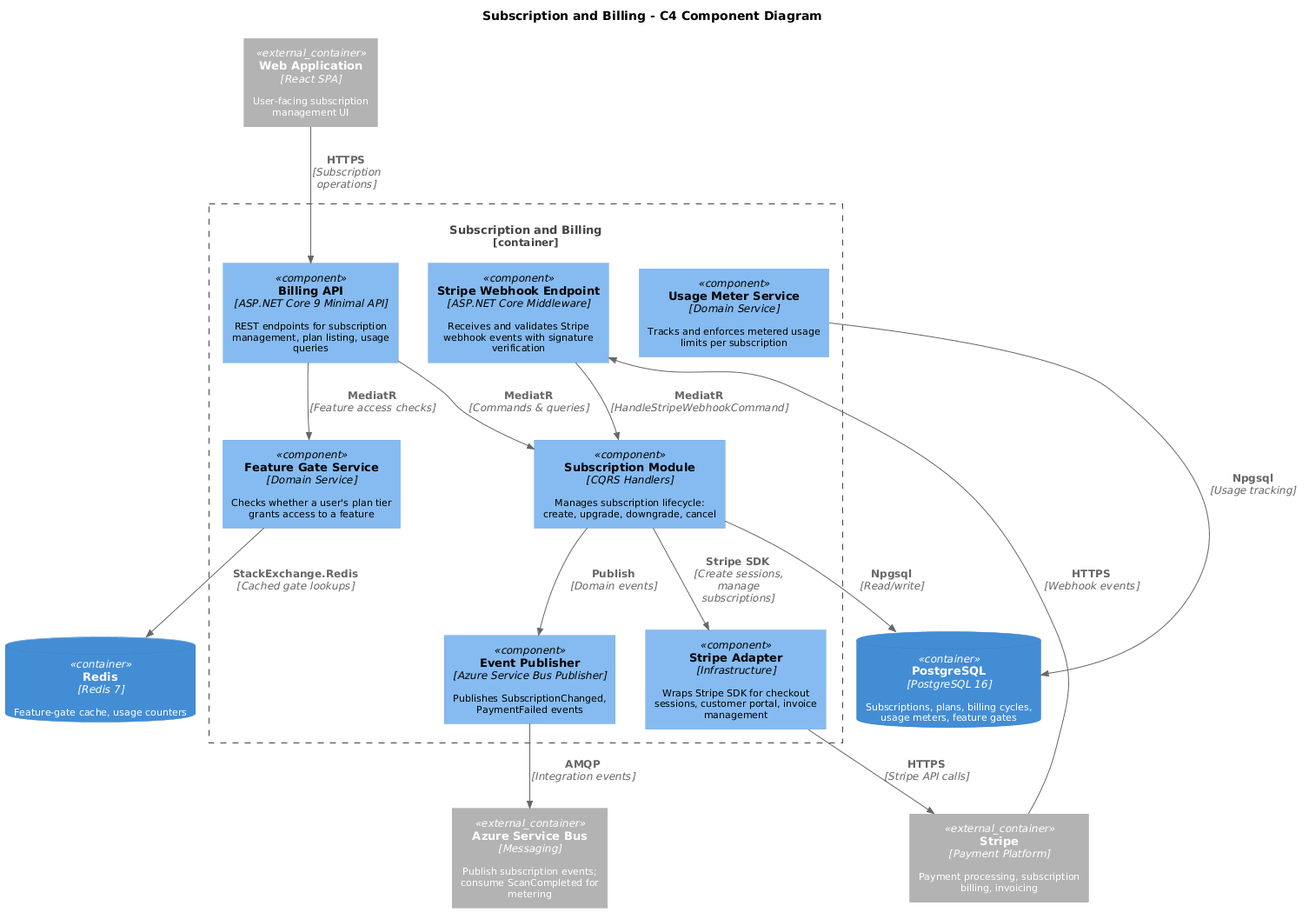
Earlier version of the PlantUML export docs/detailed-design/10-subscription-and-billing/c4-component.png (QuinntyneBrown/ClearEyeQ).
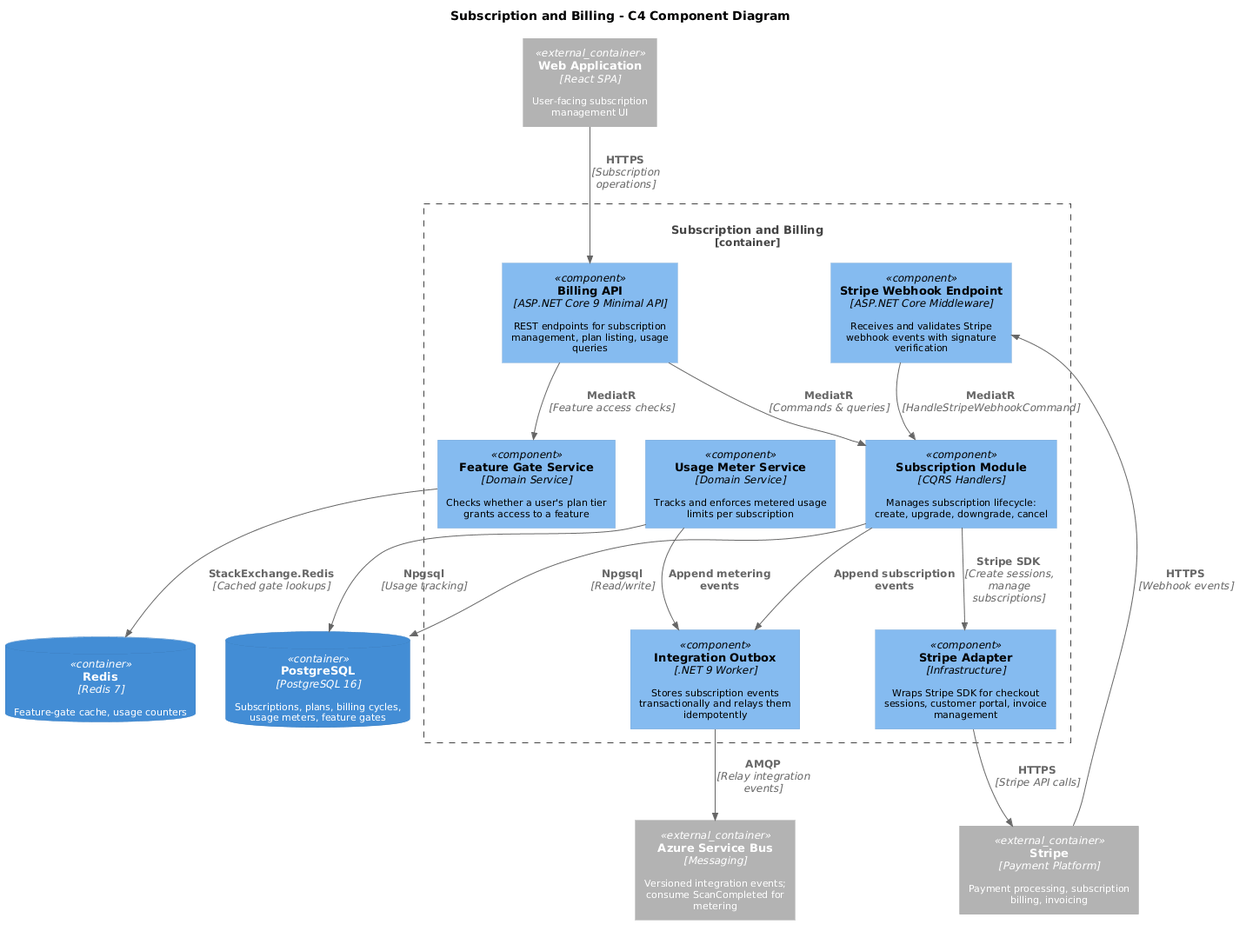
Above is the later version.

Change to the diagram source:
```diff
@@ -19,7 +19,7 @@
 
     Component(stripeAdapter, "Stripe Adapter", "Infrastructure", "Wraps Stripe SDK for checkout sessions, customer portal, invoice management")
 
-    Component(eventPublisher, "Event Publisher", "Azure Service Bus Publisher", "Publishes SubscriptionChanged, PaymentFailed events")
+    Component(outbox, "Integration Outbox", ".NET 9 Worker", "Stores subscription events transactionally and relays them idempotently")
 }
 
 ContainerDb(postgres, "PostgreSQL", "PostgreSQL 16", "Subscriptions, plans, billing cycles, usage meters, feature gates")
@@ -28,7 +28,7 @@
 
 Container_Ext(stripe, "Stripe", "Payment Platform", "Payment processing, subscription billing, invoicing")
 
-Container_Ext(serviceBus, "Azure Service Bus", "Messaging", "Publish subscription events; consume ScanCompleted for metering")
+Container_Ext(serviceBus, "Azure Service Bus", "Messaging", "Versioned integration events; consume ScanCompleted for metering")
 
 Container_Ext(webApp, "Web Application", "React SPA", "User-facing subscription management UI")
 
@@ -42,6 +42,7 @@
 Rel(subscriptionModule, postgres, "Npgsql", "Read/write")
 Rel(featureGateService, redis, "StackExchange.Redis", "Cached gate lookups")
 Rel(usageMeterService, postgres, "Npgsql", "Usage tracking")
-Rel(subscriptionModule, eventPublisher, "Publish", "Domain events")
-Rel(eventPublisher, serviceBus, "AMQP", "Integration events")
+Rel(subscriptionModule, outbox, "Append subscription\nevents")
+Rel(usageMeterService, outbox, "Append metering\nevents")
+Rel(outbox, serviceBus, "AMQP", "Relay integration events")
 @enduml
```
